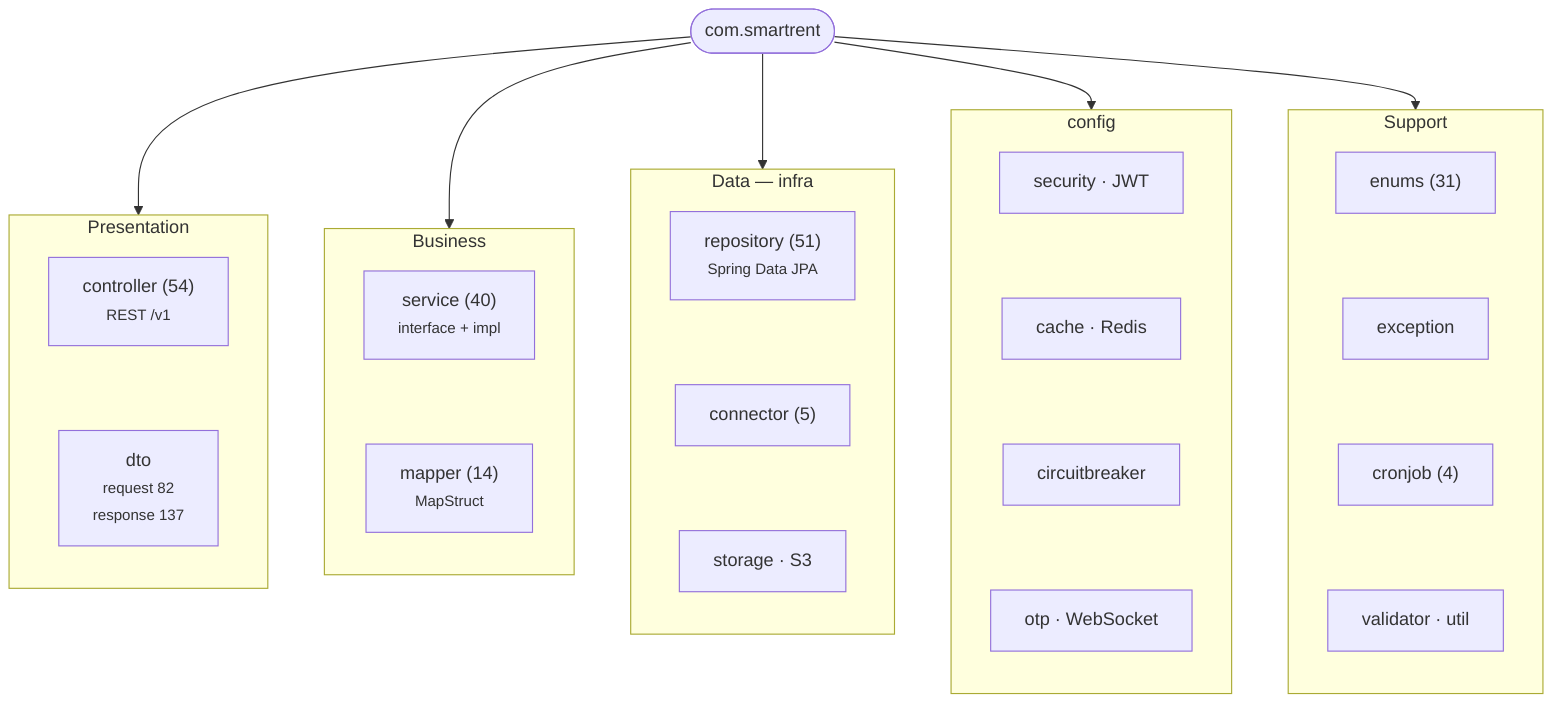
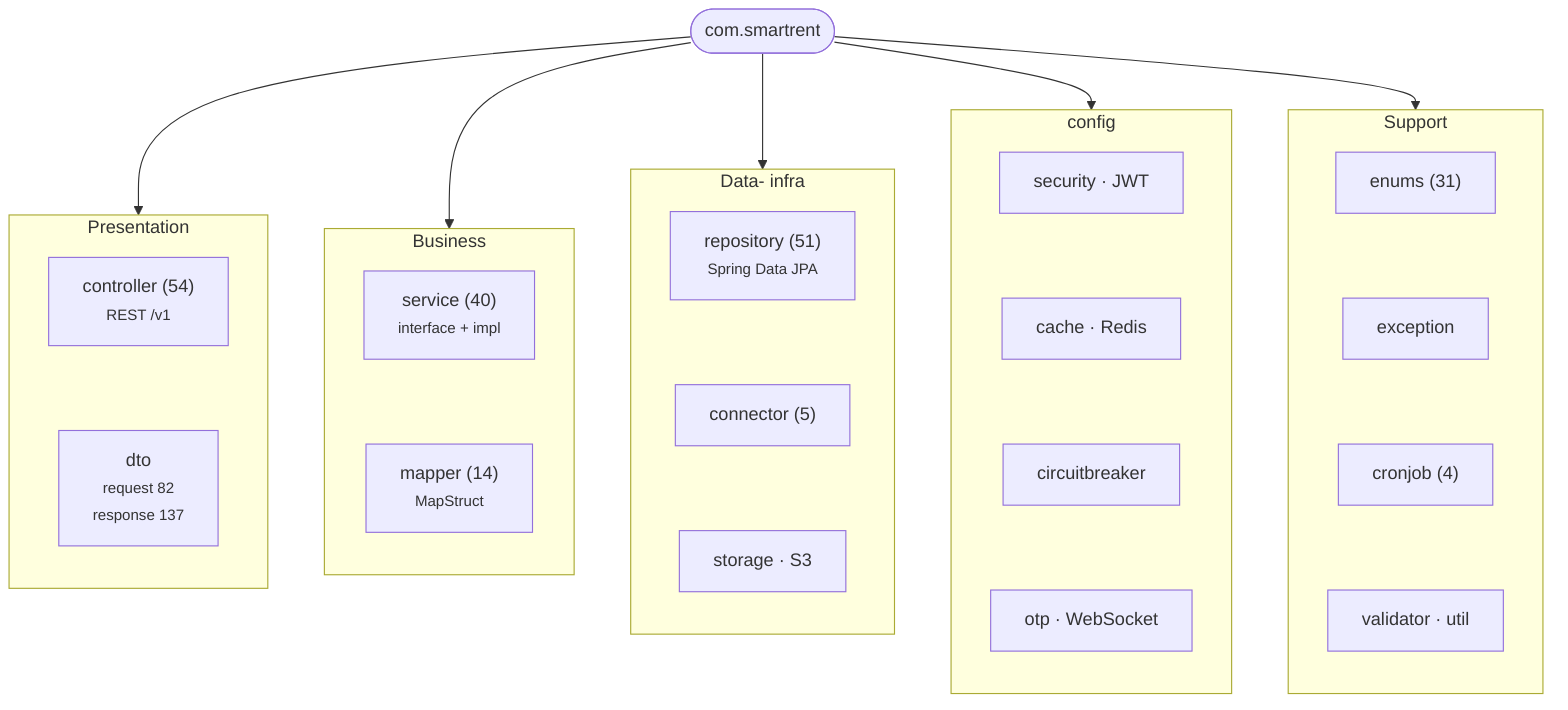
flowchart TB
 root(["com.smartrent"])
 root --> L1 & L2 & L3 & L4 & L5

 subgraph L1["Presentation"]
 direction TB
 controller["controller (54)<br/><small>REST /v1</small>"] ~~~ dto["dto<br/><small>request 82<br/>response 137</small>"]
 end
 subgraph L2["Business"]
 direction TB
 service["service (40)<br/><small>interface + impl</small>"] ~~~ mapper["mapper (14)<br/><small>MapStruct</small>"]
 end
-  subgraph L3["Data — infra"]
+  subgraph L3["Data- infra"]
 direction TB
 repo["repository (51)<br/><small>Spring Data JPA</small>"] ~~~ conn["connector (5)"] ~~~ stor["storage · S3"]
 end
 subgraph L4["config"]
 direction TB
 sec["security · JWT"] ~~~ cache["cache · Redis"] ~~~ cb["circuitbreaker"] ~~~ misc["otp · WebSocket"]
 end
 subgraph L5["Support"]
 direction TB
 enums["enums (31)"] ~~~ exc["exception"] ~~~ cron["cronjob (4)"] ~~~ val["validator · util"]
 end
